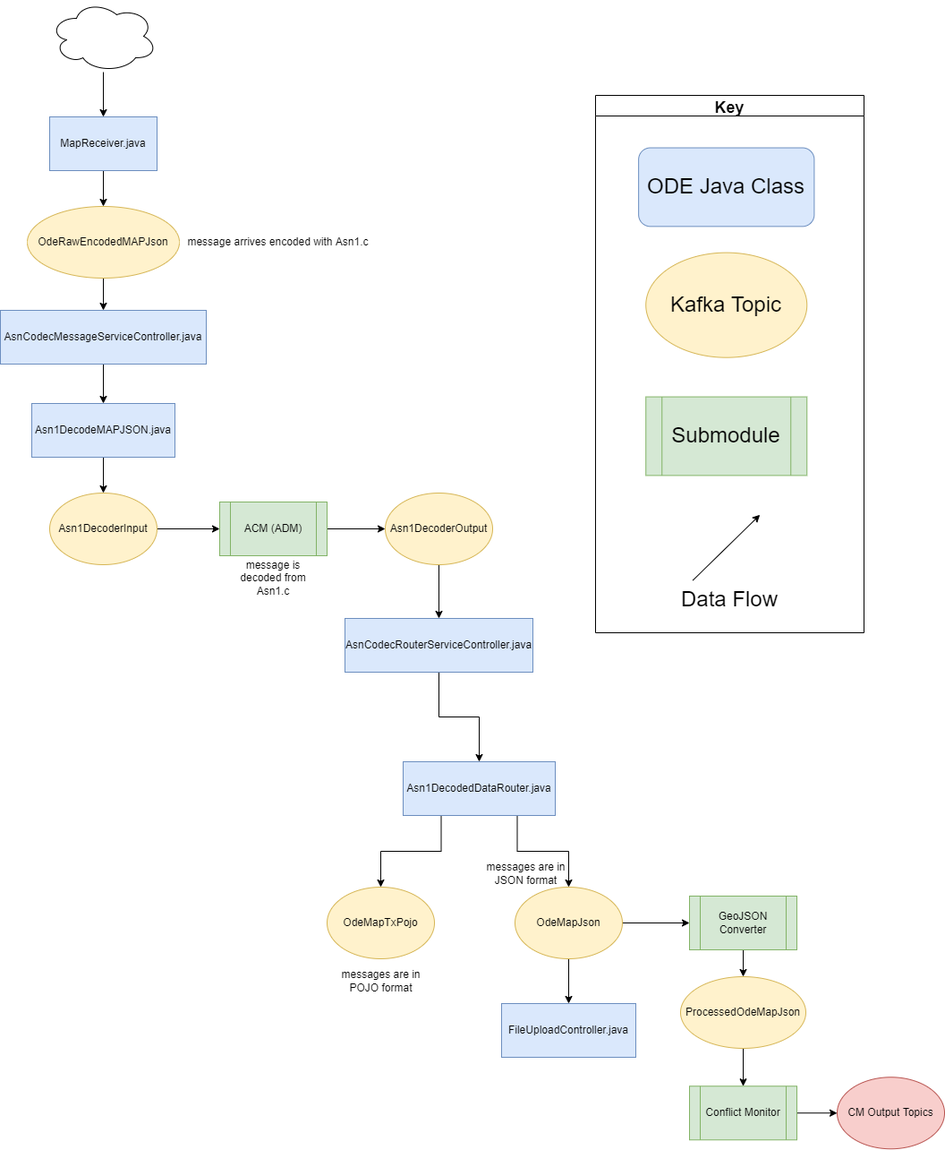
Before: docs/data-flow-diagrams/map/MAP Data Flow.drawio.png, a diagram exported from draw.io (usdot-jpo-ode/jpo-ode). Source tidied: cells renumbered, new cells last; positions are measured from the earlier drawing's top-left corner, leaving out a move shared by most shapes.
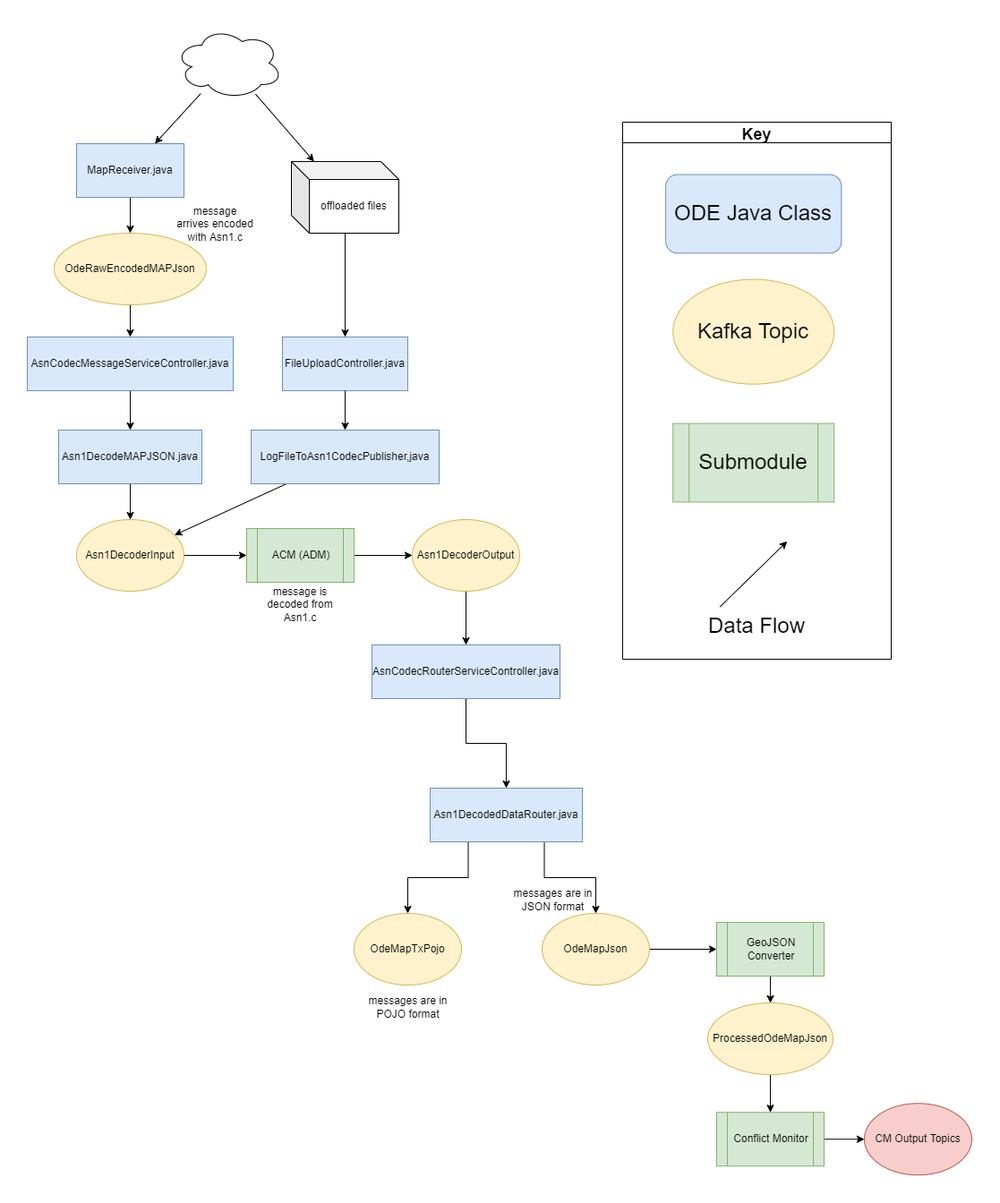
After the commit.

The edit, as a diff of the source:
```diff
@@ -59,11 +59,11 @@
     <mxCell id="20" value="AsnCodecRouterServiceController.java" style="rounded=0;whiteSpace=wrap;html=1;fillColor=#dae8fc;strokeColor=#6c8ebf;" parent="1" vertex="1">
       <mxGeometry x="385" y="690" width="210" height="60" as="geometry" />
     </mxCell>
-    <mxCell id="21" style="edgeStyle=orthogonalEdgeStyle;rounded=0;jettySize=auto;html=1;" parent="1" edge="1" source="22" target="14">
+    <mxCell id="21" style="rounded=0;jettySize=auto;html=1;" parent="1" edge="1" source="22" target="14">
       <mxGeometry relative="1" as="geometry" />
     </mxCell>
     <mxCell id="22" style="ellipse;shape=cloud;whiteSpace=wrap;html=1;" parent="1" vertex="1">
-      <mxGeometry x="55" width="120" height="80" as="geometry" />
+      <mxGeometry x="165" width="120" height="80" as="geometry" />
     </mxCell>
     <mxCell id="23" style="group;" parent="1" vertex="1">
       <mxGeometry x="665" y="106" width="300" height="600" as="geometry" />
@@ -86,24 +86,15 @@
     <mxCell id="28" value="&lt;font style=&quot;font-size: 24px&quot;&gt;ODE Java Class&lt;/font&gt;" style="rounded=1;whiteSpace=wrap;html=1;fillColor=#dae8fc;strokeColor=#6c8ebf;labelBackgroundColor=none;" parent="25" vertex="1">
       <mxGeometry x="48.1" y="58.5" width="196.2" height="87.8" as="geometry" />
     </mxCell>
-    <mxCell id="29" value="FileUploadController.java" style="whiteSpace=wrap;html=1;fillColor=#dae8fc;strokeColor=#6c8ebf;" parent="1" vertex="1">
-      <mxGeometry x="560" y="1120" width="150" height="60" as="geometry" />
-    </mxCell>
     <mxCell id="30" value="OdeMapTxPojo" style="ellipse;whiteSpace=wrap;html=1;fillColor=#fff2cc;strokeColor=#d6b656;" parent="1" vertex="1">
       <mxGeometry x="365" y="990" width="120" height="80" as="geometry" />
     </mxCell>
-    <mxCell id="31" style="edgeStyle=orthogonalEdgeStyle;rounded=0;jettySize=auto;html=1;" parent="1" edge="1" source="33" target="29">
-      <mxGeometry relative="1" as="geometry" />
-    </mxCell>
     <mxCell id="32" style="edgeStyle=orthogonalEdgeStyle;rounded=0;jettySize=auto;html=1;" parent="1" edge="1" source="33" target="40">
       <mxGeometry relative="1" as="geometry" />
     </mxCell>
     <mxCell id="33" value="OdeMapJson" style="ellipse;whiteSpace=wrap;html=1;fillColor=#fff2cc;strokeColor=#d6b656;" parent="1" vertex="1">
       <mxGeometry x="575" y="990" width="120" height="80" as="geometry" />
     </mxCell>
-    <mxCell id="34" value="message arrives encoded with Asn1.c" style="text;html=1;align=center;verticalAlign=middle;strokeColor=none;fillColor=none;" parent="1" vertex="1">
-      <mxGeometry x="200" y="260" width="220" height="20" as="geometry" />
-    </mxCell>
     <mxCell id="35" value="message is decoded from Asn1.c" style="text;html=1;strokeColor=none;fillColor=none;align=center;verticalAlign=middle;whiteSpace=wrap;rounded=0;" parent="1" vertex="1">
       <mxGeometry x="250" y="620" width="110" height="50" as="geometry" />
     </mxCell>
@@ -137,5 +128,33 @@
     <mxCell id="45" value="ProcessedOdeMapJson" style="ellipse;whiteSpace=wrap;html=1;fillColor=#fff2cc;strokeColor=#d6b656;" parent="1" vertex="1">
       <mxGeometry x="760" y="1090" width="140" height="80" as="geometry" />
     </mxCell>
+    <mxCell id="46" style="rounded=0;jettySize=auto;html=1;" parent="1" edge="1" source="22">
+      <mxGeometry relative="1" as="geometry">
+        <mxPoint x="320.3" y="150" as="targetPoint" />
+      </mxGeometry>
+    </mxCell>
+    <mxCell id="29" value="FileUploadController.java" style="rounded=0;whiteSpace=wrap;html=1;fillColor=#dae8fc;strokeColor=#6c8ebf;" parent="1" vertex="1">
+      <mxGeometry x="285" y="346" width="140" height="60" as="geometry" />
+    </mxCell>
+    <mxCell id="47" style="edgeStyle=none;rounded=0;jettySize=auto;html=1;" parent="1" edge="1" source="48" target="10">
+      <mxGeometry relative="1" as="geometry" />
+    </mxCell>
+    <mxCell id="48" value="LogFileToAsn1CodecPublisher,java" style="rounded=0;whiteSpace=wrap;html=1;fillColor=#dae8fc;strokeColor=#6c8ebf;" parent="1" vertex="1">
+      <mxGeometry x="250" y="450" width="210" height="60" as="geometry" />
+    </mxCell>
+    <mxCell id="49" value="offloaded files" style="shape=cube;whiteSpace=wrap;html=1;boundedLbl=1;backgroundOutline=1;darkOpacity=0.05;darkOpacity2=0.1;" parent="1" vertex="1">
+      <mxGeometry x="295" y="150" width="120" height="80" as="geometry" />
+    </mxCell>
+    <mxCell id="50" style="edgeStyle=orthogonalEdgeStyle;rounded=0;jettySize=auto;html=1;" parent="1" edge="1" source="49">
+      <mxGeometry relative="1" as="geometry">
+        <mxPoint x="355" y="346" as="targetPoint" />
+      </mxGeometry>
+    </mxCell>
+    <mxCell id="51" style="rounded=0;jettySize=auto;html=1;" parent="1" edge="1" source="29" target="48">
+      <mxGeometry relative="1" as="geometry" />
+    </mxCell>
+    <mxCell id="34" value="&lt;span&gt;message arrives encoded with Asn1.c&lt;/span&gt;" style="text;html=1;strokeColor=none;fillColor=none;align=center;verticalAlign=middle;whiteSpace=wrap;rounded=0;" parent="1" vertex="1">
+      <mxGeometry x="165" y="190" width="90" height="60" as="geometry" />
+    </mxCell>
   </root>
 </mxGraphModel>
```
